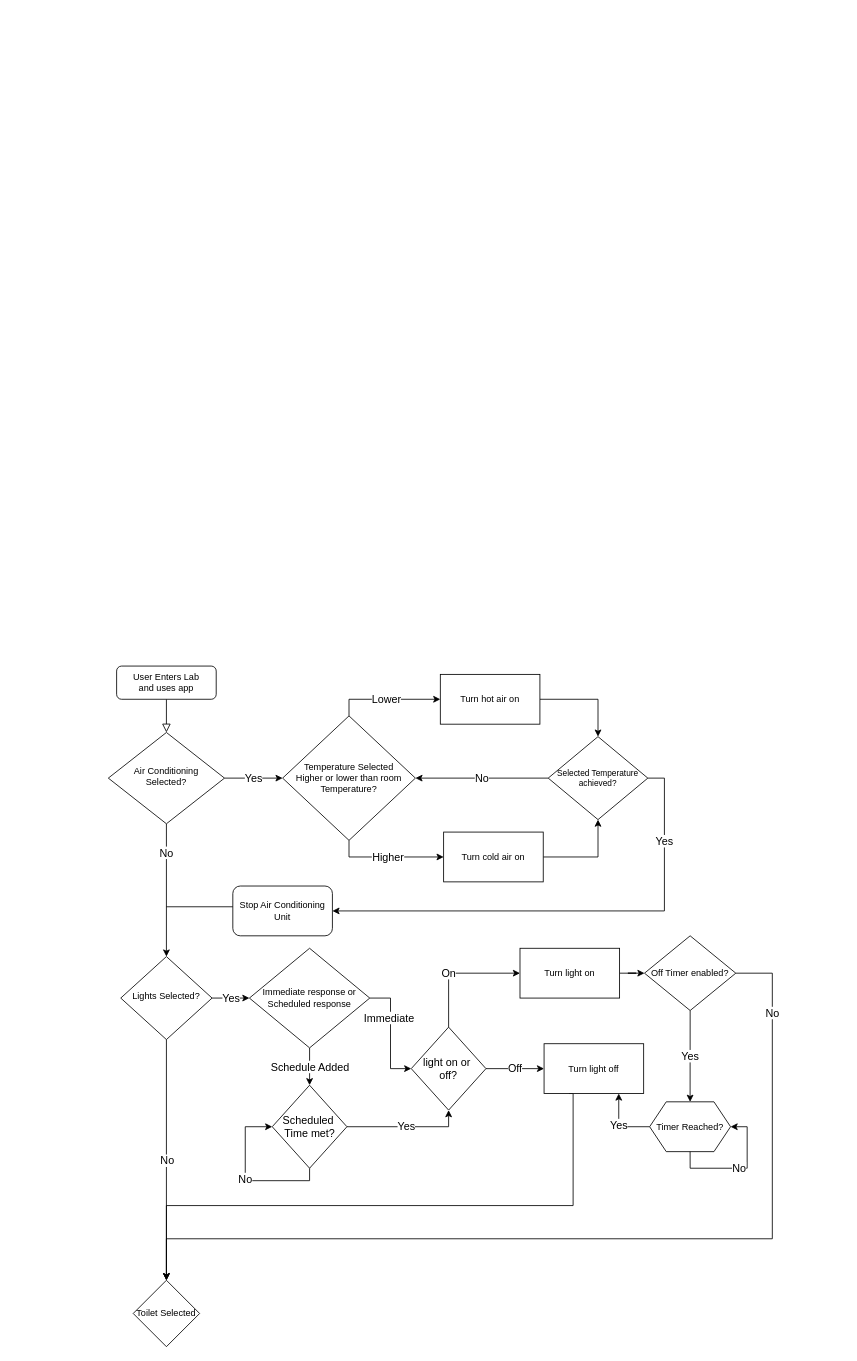
Above: AppFunctionality.drawio in Cotly/Coursework1 (draw.io), before the change. Source tidied: cells renumbered, new cells numbered last; positions are measured from the earlier drawing's top-left corner, leaving out a move shared by most shapes. Both pictures are drawn from the tidied source at 83%, with x=0, y=0 at pixel (108, 666).
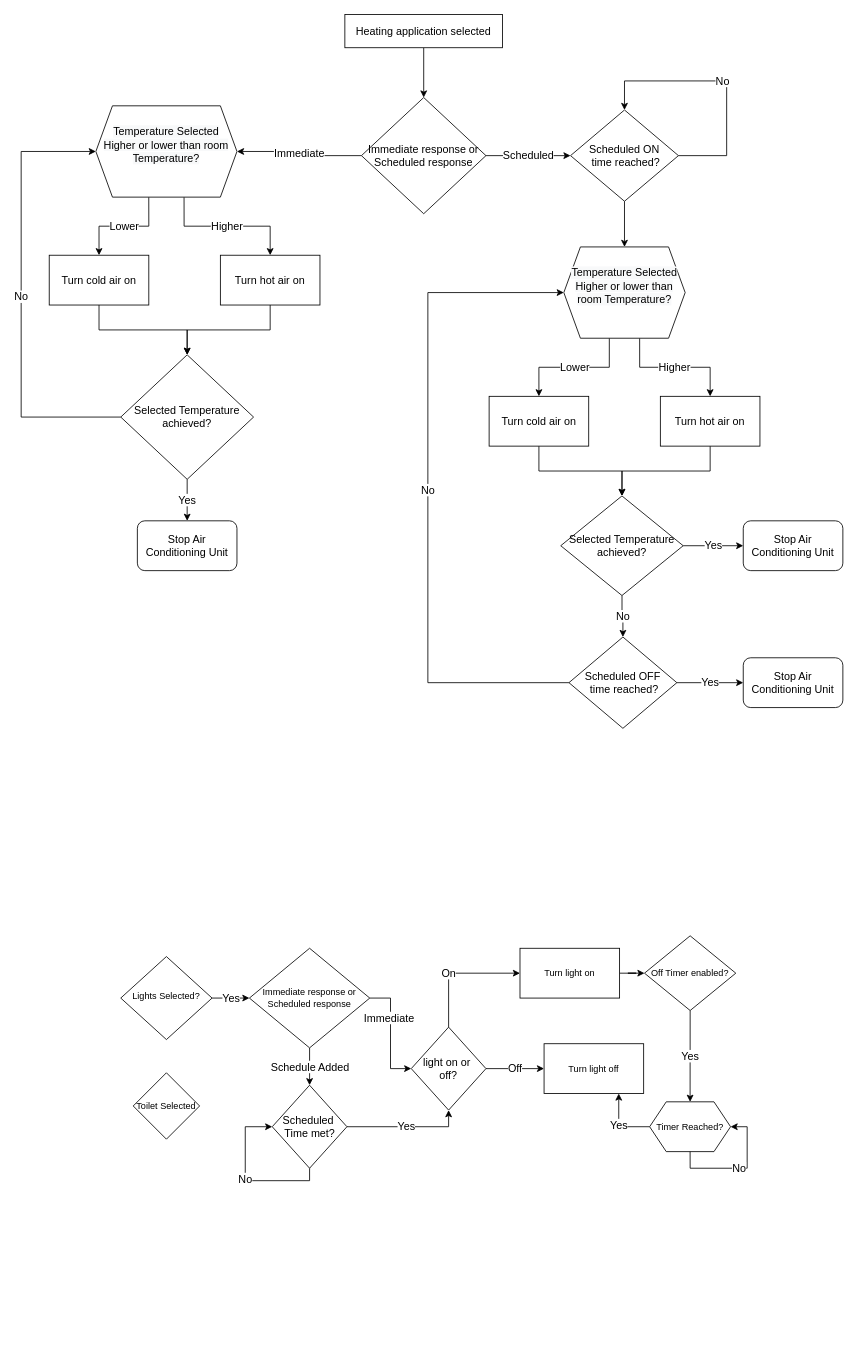
The same diagram, later.

Unchanged cells that the change refers to:
```xml
<mxCell id="8" value="Lights Selected?" style="rhombus;whiteSpace=wrap;html=1;shadow=0;fontFamily=Helvetica;fontSize=11;align=center;strokeWidth=1;spacing=6;spacingTop=-4;" parent="1" vertex="1">
  <mxGeometry x="15" y="350" width="110" height="100" as="geometry" />
</mxCell>
<mxCell id="25" value="Turn light off" style="rounded=0;whiteSpace=wrap;html=1;fontSize=11;" parent="1" vertex="1">
  <mxGeometry x="525" y="455" width="120" height="60" as="geometry" />
</mxCell>
<mxCell id="28" value="Off Timer enabled?" style="rhombus;whiteSpace=wrap;html=1;fontSize=11;" parent="1" vertex="1">
  <mxGeometry x="646" y="325" width="110" height="90" as="geometry" />
</mxCell>
```

What changed in the source:
```diff
@@
-    <mxCell id="2" style="rounded=0;html=1;jettySize=auto;fontSize=11;endArrow=block;endFill=0;endSize=8;strokeWidth=1;shadow=0;labelBackgroundColor=none;edgeStyle=orthogonalEdgeStyle;" parent="1" edge="1" source="3" target="6">
-      <mxGeometry relative="1" as="geometry" />
-    </mxCell>
-    <mxCell id="3" value="User Enters Lab&lt;br style=&quot;font-size: 11px;&quot;&gt;and uses app" style="rounded=1;whiteSpace=wrap;html=1;fontSize=11;glass=0;strokeWidth=1;shadow=0;" parent="1" vertex="1">
-      <mxGeometry x="10" width="120" height="40" as="geometry" />
-    </mxCell>
-    <mxCell id="4" value="Yes" style="edgeStyle=orthogonalEdgeStyle;rounded=0;jettySize=auto;html=1;exitX=1;exitY=0.5;exitDx=0;exitDy=0;fontSize=13;" parent="1" edge="1" source="6" target="11">
-      <mxGeometry relative="1" as="geometry" />
-    </mxCell>
-    <mxCell id="5" value="No" style="edgeStyle=orthogonalEdgeStyle;rounded=0;jettySize=auto;html=1;exitX=0.5;exitY=1;exitDx=0;exitDy=0;entryX=0.5;entryY=0;entryDx=0;entryDy=0;fontSize=13;" parent="1" edge="1" source="6" target="8">
-      <mxGeometry x="-0.56" relative="1" as="geometry" />
-    </mxCell>
-    <mxCell id="6" value="Air Conditioning&lt;br style=&quot;font-size: 11px;&quot;&gt;Selected?" style="rhombus;whiteSpace=wrap;html=1;shadow=0;fontFamily=Helvetica;fontSize=11;align=center;strokeWidth=1;spacing=6;spacingTop=-4;" parent="1" vertex="1">
-      <mxGeometry y="80" width="140" height="110" as="geometry" />
-    </mxCell>
@@
-    <mxCell id="9" value="Lower" style="edgeStyle=orthogonalEdgeStyle;rounded=0;jettySize=auto;html=1;exitX=0.5;exitY=0;exitDx=0;exitDy=0;fontSize=13;" parent="1" edge="1" source="11" target="13">
-      <mxGeometry relative="1" as="geometry" />
-    </mxCell>
-    <mxCell id="10" value="Higher" style="edgeStyle=orthogonalEdgeStyle;rounded=0;jettySize=auto;html=1;exitX=0.5;exitY=1;exitDx=0;exitDy=0;entryX=0;entryY=0.5;entryDx=0;entryDy=0;fontSize=13;" parent="1" edge="1" source="11" target="15">
-      <mxGeometry relative="1" as="geometry" />
-    </mxCell>
-    <mxCell id="11" value="Temperature Selected &lt;br style=&quot;font-size: 11px;&quot;&gt;Higher or lower than room Temperature?" style="rhombus;whiteSpace=wrap;html=1;fontSize=11;" parent="1" vertex="1">
-      <mxGeometry x="210" y="60" width="160" height="150" as="geometry" />
-    </mxCell>
-    <mxCell id="12" style="edgeStyle=orthogonalEdgeStyle;rounded=0;jettySize=auto;html=1;exitX=1;exitY=0.5;exitDx=0;exitDy=0;entryX=0.5;entryY=0;entryDx=0;entryDy=0;fontSize=11;" parent="1" edge="1" source="13" target="18">
+    <mxCell id="12" style="edgeStyle=orthogonalEdgeStyle;rounded=0;jettySize=auto;html=1;exitX=0.5;exitY=1;exitDx=0;exitDy=0;fontSize=13;entryX=0.5;entryY=0;entryDx=0;entryDy=0;" parent="1" edge="1" source="13" target="18">
       <mxGeometry relative="1" as="geometry" />
     </mxCell>
-    <mxCell id="13" value="Turn hot air on" style="rounded=0;whiteSpace=wrap;html=1;fontSize=11;" parent="1" vertex="1">
-      <mxGeometry x="400" y="10" width="120" height="60" as="geometry" />
+    <mxCell id="13" value="Turn hot air on" style="rounded=0;whiteSpace=wrap;html=1;fontSize=13;" parent="1" vertex="1">
+      <mxGeometry x="135" y="-495" width="120" height="60" as="geometry" />
     </mxCell>
-    <mxCell id="14" style="edgeStyle=orthogonalEdgeStyle;rounded=0;jettySize=auto;html=1;exitX=1;exitY=0.5;exitDx=0;exitDy=0;entryX=0.5;entryY=1;entryDx=0;entryDy=0;fontSize=11;" parent="1" edge="1" source="15" target="18">
+    <mxCell id="14" style="edgeStyle=orthogonalEdgeStyle;rounded=0;jettySize=auto;html=1;exitX=0.5;exitY=1;exitDx=0;exitDy=0;entryX=0.5;entryY=0;entryDx=0;entryDy=0;fontSize=13;" parent="1" edge="1" source="15" target="18">
       <mxGeometry relative="1" as="geometry" />
     </mxCell>
-    <mxCell id="15" value="Turn cold air on" style="rounded=0;whiteSpace=wrap;html=1;fontSize=11;" parent="1" vertex="1">
-      <mxGeometry x="404" y="200" width="120" height="60" as="geometry" />
+    <mxCell id="15" value="Turn cold air on" style="rounded=0;whiteSpace=wrap;html=1;fontSize=13;" parent="1" vertex="1">
+      <mxGeometry x="-71.2" y="-495" width="120" height="60" as="geometry" />
     </mxCell>
-    <mxCell id="16" value="No" style="edgeStyle=orthogonalEdgeStyle;rounded=0;jettySize=auto;html=1;exitX=0;exitY=0.5;exitDx=0;exitDy=0;entryX=1;entryY=0.5;entryDx=0;entryDy=0;fontSize=13;" parent="1" edge="1" source="18" target="11">
-      <mxGeometry relative="1" as="geometry" />
-    </mxCell>
-    <mxCell id="17" value="Yes" style="edgeStyle=orthogonalEdgeStyle;rounded=0;jettySize=auto;html=1;exitX=1;exitY=0.5;exitDx=0;exitDy=0;entryX=1;entryY=0.5;entryDx=0;entryDy=0;fontSize=13;" parent="1" edge="1" source="18" target="30">
-      <mxGeometry x="-0.67" relative="1" as="geometry" />
+    <mxCell id="17" value="Yes" style="edgeStyle=orthogonalEdgeStyle;rounded=0;jettySize=auto;html=1;fontSize=13;" parent="1" edge="1" source="18" target="30">
+      <mxGeometry relative="1" as="geometry" />
     </mxCell>
+    <mxCell id="43" value="No&lt;br style=&quot;font-size: 13px;&quot;&gt;" style="edgeStyle=orthogonalEdgeStyle;rounded=0;jettySize=auto;html=1;exitX=0;exitY=0.5;exitDx=0;exitDy=0;entryX=0;entryY=0.5;entryDx=0;entryDy=0;fontSize=13;" parent="1" edge="1" source="18" target="51">
+      <mxGeometry relative="1" as="geometry">
+        <Array as="points">
+          <mxPoint x="-105" y="-300" />
+          <mxPoint x="-105" y="-620" />
+        </Array>
+      </mxGeometry>
+    </mxCell>
-    <mxCell id="18" value="Selected Temperature achieved?" style="rhombus;whiteSpace=wrap;html=1;fontSize=10;" parent="1" vertex="1">
-      <mxGeometry x="530" y="85" width="120" height="100" as="geometry" />
+    <mxCell id="18" value="Selected Temperature achieved?" style="rhombus;whiteSpace=wrap;html=1;fontSize=13;" parent="1" vertex="1">
+      <mxGeometry x="15" y="-375" width="160" height="150" as="geometry" />
     </mxCell>
@@
-    <mxCell id="24" style="edgeStyle=orthogonalEdgeStyle;rounded=0;jettySize=auto;html=1;exitX=0.25;exitY=1;exitDx=0;exitDy=0;entryX=0.5;entryY=0;entryDx=0;entryDy=0;fontSize=13;" parent="1" edge="1" source="25" target="29">
-      <mxGeometry relative="1" as="geometry">
-        <Array as="points">
-          <mxPoint x="560" y="650" />
-          <mxPoint x="70" y="650" />
-        </Array>
-      </mxGeometry>
-    </mxCell>
@@
-    <mxCell id="26" value="No" style="edgeStyle=orthogonalEdgeStyle;rounded=0;jettySize=auto;html=1;exitX=1;exitY=0.5;exitDx=0;exitDy=0;entryX=0.5;entryY=0;entryDx=0;entryDy=0;fontSize=13;" parent="1" edge="1" source="28" target="29">
-      <mxGeometry x="-0.84" relative="1" as="geometry">
-        <Array as="points">
-          <mxPoint x="800" y="370" />
-          <mxPoint x="800" y="690" />
-          <mxPoint x="70" y="690" />
-        </Array>
-      </mxGeometry>
-    </mxCell>
@@
     <mxCell id="29" value="Toilet Selected" style="rhombus;whiteSpace=wrap;html=1;fontSize=11;" parent="1" vertex="1">
-      <mxGeometry x="30" y="740" width="80" height="80" as="geometry" />
+      <mxGeometry x="30" y="490" width="80" height="80" as="geometry" />
     </mxCell>
-    <mxCell id="30" value="Stop Air Conditioning Unit" style="rounded=1;whiteSpace=wrap;html=1;fontSize=11;" parent="1" vertex="1">
-      <mxGeometry x="150" y="265" width="120" height="60" as="geometry" />
+    <mxCell id="30" value="Stop Air Conditioning Unit" style="rounded=1;whiteSpace=wrap;html=1;fontSize=13;" parent="1" vertex="1">
+      <mxGeometry x="35" y="-175" width="120" height="60" as="geometry" />
     </mxCell>
@@
-    <mxCell id="33" style="endArrow=none;html=1;rounded=0;fontSize=13;" parent="1" edge="1">
-      <mxGeometry relative="1" as="geometry">
-        <mxPoint x="70" y="290" as="sourcePoint" />
-        <mxPoint x="150" y="290" as="targetPoint" />
-      </mxGeometry>
-    </mxCell>
-    <mxCell id="34" style="endArrow=classic;html=1;rounded=0;fontSize=13;exitX=0.5;exitY=1;exitDx=0;exitDy=0;entryX=0.5;entryY=0;entryDx=0;entryDy=0;" parent="1" edge="1" source="8" target="29">
-      <mxGeometry relative="1" as="geometry" />
-    </mxCell>
-    <mxCell id="35" value="No" style="edgeLabel;html=1;align=center;verticalAlign=middle;fontSize=13;" parent="34" vertex="1">
-      <mxGeometry relative="1" as="geometry" />
-    </mxCell>
@@
+    <mxCell id="44" style="edgeStyle=orthogonalEdgeStyle;rounded=0;jettySize=auto;html=1;fontSize=13;" parent="1" edge="1" source="45" target="48">
+      <mxGeometry relative="1" as="geometry" />
+    </mxCell>
+    <mxCell id="45" value="Heating application selected" style="rounded=0;whiteSpace=wrap;html=1;fontSize=13;" parent="1" vertex="1">
+      <mxGeometry x="285" y="-785" width="190" height="40" as="geometry" />
+    </mxCell>
+    <mxCell id="46" value="Immediate" style="edgeStyle=orthogonalEdgeStyle;rounded=0;jettySize=auto;html=1;fontSize=13;entryX=1;entryY=0.5;entryDx=0;entryDy=0;" parent="1" edge="1" source="48" target="51">
+      <mxGeometry relative="1" as="geometry" />
+    </mxCell>
+    <mxCell id="47" value="Scheduled" style="edgeStyle=orthogonalEdgeStyle;rounded=0;jettySize=auto;html=1;fontSize=13;" parent="1" edge="1" source="48" target="53">
+      <mxGeometry relative="1" as="geometry" />
+    </mxCell>
+    <mxCell id="48" value="Immediate response or Scheduled response" style="rhombus;whiteSpace=wrap;html=1;fontSize=13;" parent="1" vertex="1">
+      <mxGeometry x="305" y="-685" width="150" height="140" as="geometry" />
+    </mxCell>
+    <mxCell id="49" value="Lower" style="edgeStyle=orthogonalEdgeStyle;rounded=0;jettySize=auto;html=1;exitX=0.375;exitY=1;exitDx=0;exitDy=0;entryX=0.5;entryY=0;entryDx=0;entryDy=0;fontSize=13;" parent="1" edge="1" source="51" target="15">
+      <mxGeometry relative="1" as="geometry" />
+    </mxCell>
+    <mxCell id="50" value="Higher" style="edgeStyle=orthogonalEdgeStyle;rounded=0;jettySize=auto;html=1;exitX=0.625;exitY=1;exitDx=0;exitDy=0;entryX=0.5;entryY=0;entryDx=0;entryDy=0;fontSize=13;" parent="1" edge="1" source="51" target="13">
+      <mxGeometry relative="1" as="geometry" />
+    </mxCell>
+    <mxCell id="51" value="&#10;&lt;span style=&quot;color: rgb(0, 0, 0); font-family: Helvetica; font-size: 13px; font-style: normal; font-variant-ligatures: normal; font-variant-caps: normal; font-weight: 400; letter-spacing: normal; orphans: 2; text-align: center; text-indent: 0px; text-transform: none; widows: 2; word-spacing: 0px; -webkit-text-stroke-width: 0px; background-color: rgb(248, 249, 250); text-decoration-thickness: initial; text-decoration-style: initial; text-decoration-color: initial; float: none; display: inline !important;&quot;&gt;Temperature Selected&lt;/span&gt;&lt;br style=&quot;color: rgb(0, 0, 0); font-family: Helvetica; font-size: 13px; font-style: normal; font-variant-ligatures: normal; font-variant-caps: normal; font-weight: 400; letter-spacing: normal; orphans: 2; text-align: center; text-indent: 0px; text-transform: none; widows: 2; word-spacing: 0px; -webkit-text-stroke-width: 0px; background-color: rgb(248, 249, 250); text-decoration-thickness: initial; text-decoration-style: initial; text-decoration-color: initial;&quot;&gt;&lt;span style=&quot;color: rgb(0, 0, 0); font-family: Helvetica; font-size: 13px; font-style: normal; font-variant-ligatures: normal; font-variant-caps: normal; font-weight: 400; letter-spacing: normal; orphans: 2; text-align: center; text-indent: 0px; text-transform: none; widows: 2; word-spacing: 0px; -webkit-text-stroke-width: 0px; background-color: rgb(248, 249, 250); text-decoration-thickness: initial; text-decoration-style: initial; text-decoration-color: initial; float: none; display: inline !important;&quot;&gt;Higher or lower than room Temperature?&lt;/span&gt;&#10;&#10;" style="shape=hexagon;perimeter=hexagonPerimeter2;whiteSpace=wrap;html=1;fixedSize=1;fontSize=13;" parent="1" vertex="1">
+      <mxGeometry x="-15" y="-675" width="170" height="110" as="geometry" />
+    </mxCell>
+    <mxCell id="52" style="edgeStyle=orthogonalEdgeStyle;rounded=0;jettySize=auto;html=1;fontSize=13;" parent="1" edge="1" source="53" target="64">
+      <mxGeometry relative="1" as="geometry" />
+    </mxCell>
+    <mxCell id="53" value="Scheduled ON&lt;br style=&quot;font-size: 13px;&quot;&gt;&amp;nbsp;time reached?" style="rhombus;whiteSpace=wrap;html=1;fontSize=13;" parent="1" vertex="1">
+      <mxGeometry x="556.9" y="-670" width="130" height="110" as="geometry" />
+    </mxCell>
+    <mxCell id="54" style="edgeStyle=orthogonalEdgeStyle;rounded=0;jettySize=auto;html=1;exitX=0.5;exitY=1;exitDx=0;exitDy=0;fontSize=13;entryX=0.5;entryY=0;entryDx=0;entryDy=0;" parent="1" edge="1" source="55" target="60">
+      <mxGeometry relative="1" as="geometry" />
+    </mxCell>
+    <mxCell id="55" value="Turn hot air on" style="rounded=0;whiteSpace=wrap;html=1;fontSize=13;" parent="1" vertex="1">
+      <mxGeometry x="665.1" y="-325" width="120" height="60" as="geometry" />
+    </mxCell>
+    <mxCell id="56" style="edgeStyle=orthogonalEdgeStyle;rounded=0;jettySize=auto;html=1;exitX=0.5;exitY=1;exitDx=0;exitDy=0;entryX=0.5;entryY=0;entryDx=0;entryDy=0;fontSize=13;" parent="1" edge="1" source="57" target="60">
+      <mxGeometry relative="1" as="geometry" />
+    </mxCell>
+    <mxCell id="57" value="Turn cold air on" style="rounded=0;whiteSpace=wrap;html=1;fontSize=13;" parent="1" vertex="1">
+      <mxGeometry x="458.8" y="-325" width="120" height="60" as="geometry" />
+    </mxCell>
+    <mxCell id="58" value="Yes" style="edgeStyle=orthogonalEdgeStyle;rounded=0;jettySize=auto;html=1;fontSize=13;" parent="1" edge="1" source="60" target="61">
+      <mxGeometry relative="1" as="geometry" />
+    </mxCell>
+    <mxCell id="59" value="No" style="edgeStyle=orthogonalEdgeStyle;rounded=0;jettySize=auto;html=1;fontSize=13;" parent="1" edge="1" source="60" target="67">
+      <mxGeometry relative="1" as="geometry" />
+    </mxCell>
+    <mxCell id="60" value="Selected Temperature achieved?" style="rhombus;whiteSpace=wrap;html=1;fontSize=13;" parent="1" vertex="1">
+      <mxGeometry x="545.1" y="-205" width="147.5" height="120" as="geometry" />
+    </mxCell>
+    <mxCell id="61" value="Stop Air Conditioning Unit" style="rounded=1;whiteSpace=wrap;html=1;fontSize=13;" parent="1" vertex="1">
+      <mxGeometry x="765" y="-175" width="120" height="60" as="geometry" />
+    </mxCell>
+    <mxCell id="62" value="Lower" style="edgeStyle=orthogonalEdgeStyle;rounded=0;jettySize=auto;html=1;exitX=0.375;exitY=1;exitDx=0;exitDy=0;entryX=0.5;entryY=0;entryDx=0;entryDy=0;fontSize=13;" parent="1" edge="1" source="64" target="57">
+      <mxGeometry relative="1" as="geometry" />
+    </mxCell>
+    <mxCell id="63" value="Higher" style="edgeStyle=orthogonalEdgeStyle;rounded=0;jettySize=auto;html=1;exitX=0.625;exitY=1;exitDx=0;exitDy=0;entryX=0.5;entryY=0;entryDx=0;entryDy=0;fontSize=13;" parent="1" edge="1" source="64" target="55">
+      <mxGeometry relative="1" as="geometry" />
+    </mxCell>
+    <mxCell id="64" value="&#10;&lt;span style=&quot;color: rgb(0, 0, 0); font-family: Helvetica; font-size: 13px; font-style: normal; font-variant-ligatures: normal; font-variant-caps: normal; font-weight: 400; letter-spacing: normal; orphans: 2; text-align: center; text-indent: 0px; text-transform: none; widows: 2; word-spacing: 0px; -webkit-text-stroke-width: 0px; background-color: rgb(248, 249, 250); text-decoration-thickness: initial; text-decoration-style: initial; text-decoration-color: initial; float: none; display: inline !important;&quot;&gt;Temperature Selected&lt;/span&gt;&lt;br style=&quot;color: rgb(0, 0, 0); font-family: Helvetica; font-size: 13px; font-style: normal; font-variant-ligatures: normal; font-variant-caps: normal; font-weight: 400; letter-spacing: normal; orphans: 2; text-align: center; text-indent: 0px; text-transform: none; widows: 2; word-spacing: 0px; -webkit-text-stroke-width: 0px; background-color: rgb(248, 249, 250); text-decoration-thickness: initial; text-decoration-style: initial; text-decoration-color: initial;&quot;&gt;&lt;span style=&quot;color: rgb(0, 0, 0); font-family: Helvetica; font-size: 13px; font-style: normal; font-variant-ligatures: normal; font-variant-caps: normal; font-weight: 400; letter-spacing: normal; orphans: 2; text-align: center; text-indent: 0px; text-transform: none; widows: 2; word-spacing: 0px; -webkit-text-stroke-width: 0px; background-color: rgb(248, 249, 250); text-decoration-thickness: initial; text-decoration-style: initial; text-decoration-color: initial; float: none; display: inline !important;&quot;&gt;Higher or lower than room Temperature?&lt;/span&gt;&#10;&#10;" style="shape=hexagon;perimeter=hexagonPerimeter2;whiteSpace=wrap;html=1;fixedSize=1;fontSize=13;" parent="1" vertex="1">
+      <mxGeometry x="548.8" y="-505" width="146.2" height="110" as="geometry" />
+    </mxCell>
+    <mxCell id="26" value="No" style="edgeStyle=orthogonalEdgeStyle;rounded=0;orthogonalLoop=1;jettySize=auto;html=1;exitX=1;exitY=0.5;exitDx=0;exitDy=0;entryX=0.5;entryY=0;entryDx=0;entryDy=0;fontSize=13;" parent="1" edge="1" source="53" target="53">
+      <mxGeometry relative="1" as="geometry">
+        <Array as="points">
+          <mxPoint x="745" y="-615" />
+          <mxPoint x="745" y="-705" />
+          <mxPoint x="622" y="-705" />
+        </Array>
+      </mxGeometry>
+    </mxCell>
+    <mxCell id="65" value="Yes" style="edgeStyle=orthogonalEdgeStyle;rounded=0;jettySize=auto;html=1;fontSize=13;" parent="1" edge="1" source="67" target="68">
+      <mxGeometry relative="1" as="geometry" />
+    </mxCell>
+    <mxCell id="66" value="No" style="edgeStyle=orthogonalEdgeStyle;rounded=0;jettySize=auto;html=1;exitX=0;exitY=0.5;exitDx=0;exitDy=0;entryX=0;entryY=0.5;entryDx=0;entryDy=0;fontSize=13;" parent="1" edge="1" source="67" target="64">
+      <mxGeometry relative="1" as="geometry">
+        <Array as="points">
+          <mxPoint x="385" y="20" />
+          <mxPoint x="385" y="-450" />
+        </Array>
+      </mxGeometry>
+    </mxCell>
+    <mxCell id="67" value="Scheduled OFF&lt;br style=&quot;font-size: 13px;&quot;&gt;&amp;nbsp;time reached?" style="rhombus;whiteSpace=wrap;html=1;fontSize=13;" parent="1" vertex="1">
+      <mxGeometry x="555" y="-35" width="130" height="110" as="geometry" />
+    </mxCell>
+    <mxCell id="68" value="Stop Air Conditioning Unit" style="rounded=1;whiteSpace=wrap;html=1;fontSize=13;" parent="1" vertex="1">
+      <mxGeometry x="765" y="-10" width="120" height="60" as="geometry" />
+    </mxCell>
```
